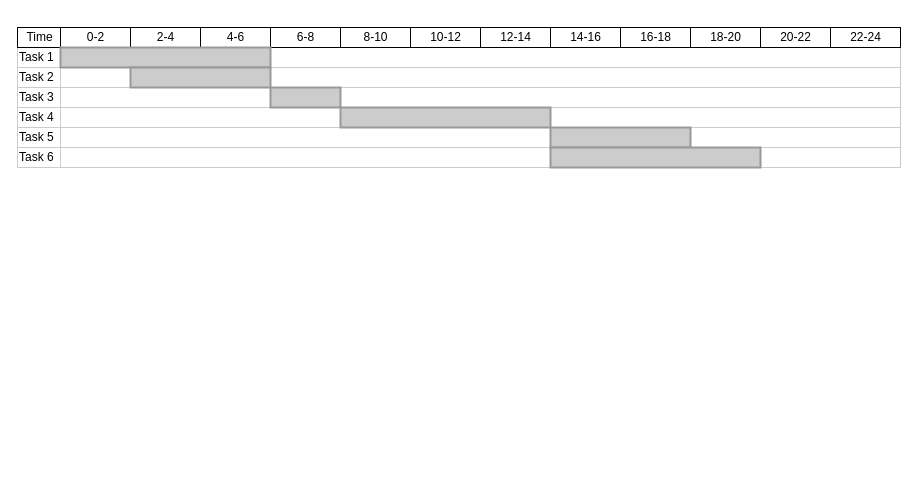
Earlier version of the draw.io diagram 未命名绘图.drawio (ThisisXXZ/catcher-smoke-test). Source tidied: cells renumbered, new cells numbered last; positions are measured from the earlier drawing's top-left corner, leaving out a move shared by most shapes. Both pictures are drawn from the tidied source at 100%, with x=0, y=0 at pixel (17, 27).
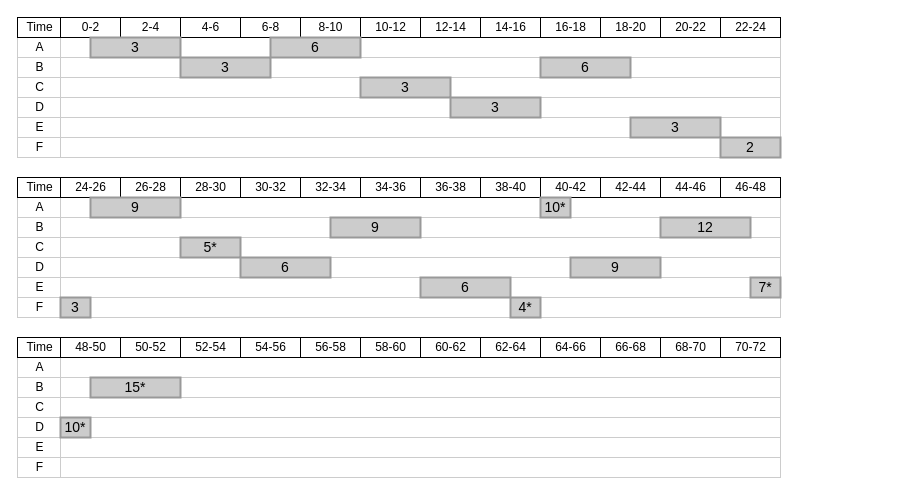
Above is the later version.

Commit message (it also covers changes not shown here):
更新未命名绘图.drawio

What changed in the source:
```diff
@@
-    <mxCell id="2" value="Task 1" style="align=left;strokeColor=#CCCCCC;html=1;" parent="1" vertex="1">
-      <mxGeometry y="20" width="43" height="20" as="geometry" />
+    <mxCell id="2" value="A" style="align=center;strokeColor=#CCCCCC;html=1;" parent="1" vertex="1">
+      <mxGeometry y="10" width="43" height="20" as="geometry" />
     </mxCell>
-    <mxCell id="3" value="Task 2" style="align=left;strokeColor=#CCCCCC;html=1;" parent="1" vertex="1">
-      <mxGeometry y="40" width="43" height="20" as="geometry" />
+    <mxCell id="3" value="B" style="align=center;strokeColor=#CCCCCC;html=1;" parent="1" vertex="1">
+      <mxGeometry y="30" width="43" height="20" as="geometry" />
     </mxCell>
-    <mxCell id="4" value="Task 3" style="align=left;strokeColor=#CCCCCC;html=1;" parent="1" vertex="1">
-      <mxGeometry y="60" width="43" height="20" as="geometry" />
+    <mxCell id="4" value="C" style="align=center;strokeColor=#CCCCCC;html=1;" parent="1" vertex="1">
+      <mxGeometry y="50" width="43" height="20" as="geometry" />
     </mxCell>
-    <mxCell id="5" value="Task 4" style="align=left;strokeColor=#CCCCCC;html=1;" parent="1" vertex="1">
-      <mxGeometry y="80" width="43" height="20" as="geometry" />
+    <mxCell id="5" value="D" style="align=center;strokeColor=#CCCCCC;html=1;" parent="1" vertex="1">
+      <mxGeometry y="70" width="43" height="20" as="geometry" />
     </mxCell>
-    <mxCell id="6" value="Task 5" style="align=left;strokeColor=#CCCCCC;html=1;" parent="1" vertex="1">
-      <mxGeometry y="100" width="43" height="20" as="geometry" />
+    <mxCell id="6" value="E" style="align=center;strokeColor=#CCCCCC;html=1;" parent="1" vertex="1">
+      <mxGeometry y="90" width="43" height="20" as="geometry" />
     </mxCell>
-    <mxCell id="7" value="Task 6" style="align=left;strokeColor=#CCCCCC;html=1;" parent="1" vertex="1">
-      <mxGeometry y="120" width="43" height="20" as="geometry" />
+    <mxCell id="7" value="F" style="align=center;strokeColor=#CCCCCC;html=1;" parent="1" vertex="1">
+      <mxGeometry y="110" width="43" height="20" as="geometry" />
     </mxCell>
     <mxCell id="8" value="Time" style="strokeWidth=1;fontStyle=0;html=1;" parent="1" vertex="1">
-      <mxGeometry width="43" height="20" as="geometry" />
+      <mxGeometry y="-10" width="43" height="20" as="geometry" />
     </mxCell>
     <mxCell id="9" style="align=left;strokeColor=#CCCCCC;html=1;" parent="1" vertex="1">
-      <mxGeometry x="43" y="20" width="840" height="20" as="geometry" />
+      <mxGeometry x="43" y="10" width="720" height="20" as="geometry" />
     </mxCell>
     <mxCell id="10" value="0-2" style="strokeWidth=1;fontStyle=0;html=1;" parent="1" vertex="1">
-      <mxGeometry x="43" width="70" height="20" as="geometry" />
+      <mxGeometry x="43" y="-10" width="60" height="20" as="geometry" />
     </mxCell>
     <mxCell id="11" value="2-4" style="strokeWidth=1;fontStyle=0;html=1;" parent="1" vertex="1">
-      <mxGeometry x="113" width="70" height="20" as="geometry" />
+      <mxGeometry x="103" y="-10" width="60" height="20" as="geometry" />
     </mxCell>
     <mxCell id="12" value="4-6" style="strokeWidth=1;fontStyle=0;html=1;" parent="1" vertex="1">
-      <mxGeometry x="183" width="70" height="20" as="geometry" />
+      <mxGeometry x="163" y="-10" width="60" height="20" as="geometry" />
     </mxCell>
     <mxCell id="13" value="6-8" style="strokeWidth=1;fontStyle=0;html=1;" parent="1" vertex="1">
-      <mxGeometry x="253" width="70" height="20" as="geometry" />
+      <mxGeometry x="223" y="-10" width="60" height="20" as="geometry" />
     </mxCell>
     <mxCell id="14" value="8-10" style="strokeWidth=1;fontStyle=0;html=1;" parent="1" vertex="1">
-      <mxGeometry x="323" width="70" height="20" as="geometry" />
+      <mxGeometry x="283" y="-10" width="60" height="20" as="geometry" />
     </mxCell>
     <mxCell id="15" value="10-12" style="strokeWidth=1;fontStyle=0;html=1;" parent="1" vertex="1">
-      <mxGeometry x="393" width="70" height="20" as="geometry" />
+      <mxGeometry x="343" y="-10" width="60" height="20" as="geometry" />
     </mxCell>
     <mxCell id="16" value="12-14" style="strokeWidth=1;fontStyle=0;html=1;" parent="1" vertex="1">
-      <mxGeometry x="463" width="70" height="20" as="geometry" />
+      <mxGeometry x="403" y="-10" width="60" height="20" as="geometry" />
     </mxCell>
     <mxCell id="17" value="14-16" style="strokeWidth=1;fontStyle=0;html=1;" parent="1" vertex="1">
-      <mxGeometry x="533" width="70" height="20" as="geometry" />
+      <mxGeometry x="463" y="-10" width="60" height="20" as="geometry" />
     </mxCell>
     <mxCell id="18" value="16-18" style="strokeWidth=1;fontStyle=0;html=1;" parent="1" vertex="1">
-      <mxGeometry x="603" width="70" height="20" as="geometry" />
+      <mxGeometry x="523" y="-10" width="60" height="20" as="geometry" />
     </mxCell>
     <mxCell id="19" value="18-20" style="strokeWidth=1;fontStyle=0;html=1;" parent="1" vertex="1">
-      <mxGeometry x="673" width="70" height="20" as="geometry" />
+      <mxGeometry x="583" y="-10" width="60" height="20" as="geometry" />
     </mxCell>
     <mxCell id="20" value="20-22" style="strokeWidth=1;fontStyle=0;html=1;" parent="1" vertex="1">
-      <mxGeometry x="743" width="70" height="20" as="geometry" />
+      <mxGeometry x="643" y="-10" width="60" height="20" as="geometry" />
     </mxCell>
     <mxCell id="21" value="22-24" style="strokeWidth=1;fontStyle=0;html=1;" parent="1" vertex="1">
-      <mxGeometry x="813" width="70" height="20" as="geometry" />
+      <mxGeometry x="703" y="-10" width="60" height="20" as="geometry" />
     </mxCell>
     <mxCell id="22" style="align=left;strokeColor=#CCCCCC;html=1;" parent="1" vertex="1">
-      <mxGeometry x="43" y="40" width="840" height="20" as="geometry" />
+      <mxGeometry x="43" y="30" width="720" height="20" as="geometry" />
     </mxCell>
     <mxCell id="23" style="align=left;strokeColor=#CCCCCC;html=1;" parent="1" vertex="1">
-      <mxGeometry x="43" y="60" width="840" height="20" as="geometry" />
+      <mxGeometry x="43" y="50" width="720" height="20" as="geometry" />
     </mxCell>
     <mxCell id="24" style="align=left;strokeColor=#CCCCCC;html=1;" parent="1" vertex="1">
-      <mxGeometry x="43" y="80" width="840" height="20" as="geometry" />
+      <mxGeometry x="43" y="70" width="720" height="20" as="geometry" />
     </mxCell>
     <mxCell id="25" style="align=left;strokeColor=#CCCCCC;html=1;" parent="1" vertex="1">
-      <mxGeometry x="43" y="100" width="840" height="20" as="geometry" />
+      <mxGeometry x="43" y="90" width="720" height="20" as="geometry" />
     </mxCell>
     <mxCell id="26" style="align=left;strokeColor=#CCCCCC;html=1;" parent="1" vertex="1">
-      <mxGeometry x="43" y="120" width="840" height="20" as="geometry" />
+      <mxGeometry x="43" y="110" width="720" height="20" as="geometry" />
     </mxCell>
-    <mxCell id="27" style="whiteSpace=wrap;html=1;strokeWidth=2;fillColor=#CCCCCC;gradientColor=none;fontSize=14;align=center;strokeColor=#999999;" parent="1" vertex="1">
-      <mxGeometry x="43" y="20" width="210" height="20" as="geometry" />
+    <mxCell id="27" value="3" style="whiteSpace=wrap;html=1;strokeWidth=2;fillColor=#CCCCCC;gradientColor=none;fontSize=14;align=center;strokeColor=#999999;" parent="1" vertex="1">
+      <mxGeometry x="73" y="10" width="90" height="20" as="geometry" />
     </mxCell>
-    <mxCell id="28" style="whiteSpace=wrap;html=1;strokeWidth=2;fillColor=#CCCCCC;gradientColor=none;fontSize=14;align=center;strokeColor=#999999;" parent="1" vertex="1">
-      <mxGeometry x="113" y="40" width="140" height="20" as="geometry" />
+    <mxCell id="28" value="3" style="whiteSpace=wrap;html=1;strokeWidth=2;fillColor=#CCCCCC;gradientColor=none;fontSize=14;align=center;strokeColor=#999999;" parent="1" vertex="1">
+      <mxGeometry x="163" y="30" width="90" height="20" as="geometry" />
     </mxCell>
-    <mxCell id="29" style="whiteSpace=wrap;html=1;strokeWidth=2;fillColor=#CCCCCC;gradientColor=none;fontSize=14;align=center;strokeColor=#999999;" parent="1" vertex="1">
-      <mxGeometry x="253" y="60" width="70" height="20" as="geometry" />
+    <mxCell id="29" value="3" style="whiteSpace=wrap;html=1;strokeWidth=2;fillColor=#CCCCCC;gradientColor=none;fontSize=14;align=center;strokeColor=#999999;" parent="1" vertex="1">
+      <mxGeometry x="343" y="50" width="90" height="20" as="geometry" />
     </mxCell>
-    <mxCell id="30" style="whiteSpace=wrap;html=1;strokeWidth=2;fillColor=#CCCCCC;gradientColor=none;fontSize=14;align=center;strokeColor=#999999;" parent="1" vertex="1">
-      <mxGeometry x="323" y="80" width="210" height="20" as="geometry" />
+    <mxCell id="30" value="3" style="whiteSpace=wrap;html=1;strokeWidth=2;fillColor=#CCCCCC;gradientColor=none;fontSize=14;align=center;strokeColor=#999999;" parent="1" vertex="1">
+      <mxGeometry x="433" y="70" width="90" height="20" as="geometry" />
     </mxCell>
-    <mxCell id="31" style="whiteSpace=wrap;html=1;strokeWidth=2;fillColor=#CCCCCC;gradientColor=none;fontSize=14;align=center;strokeColor=#999999;" parent="1" vertex="1">
-      <mxGeometry x="533" y="100" width="140" height="20" as="geometry" />
+    <mxCell id="31" value="3" style="whiteSpace=wrap;html=1;strokeWidth=2;fillColor=#CCCCCC;gradientColor=none;fontSize=14;align=center;strokeColor=#999999;" parent="1" vertex="1">
+      <mxGeometry x="613" y="90" width="90" height="20" as="geometry" />
     </mxCell>
-    <mxCell id="32" style="whiteSpace=wrap;html=1;strokeWidth=2;fillColor=#CCCCCC;gradientColor=none;fontSize=14;align=center;strokeColor=#999999;" parent="1" vertex="1">
-      <mxGeometry x="533" y="120" width="210" height="20" as="geometry" />
+    <mxCell id="32" value="2" style="whiteSpace=wrap;html=1;strokeWidth=2;fillColor=#CCCCCC;gradientColor=none;fontSize=14;align=center;strokeColor=#999999;" parent="1" vertex="1">
+      <mxGeometry x="703" y="110" width="60" height="20" as="geometry" />
     </mxCell>
+    <mxCell id="33" value="6" style="whiteSpace=wrap;html=1;strokeWidth=2;fillColor=#CCCCCC;gradientColor=none;fontSize=14;align=center;strokeColor=#999999;" parent="1" vertex="1">
+      <mxGeometry x="253" y="10" width="90" height="20" as="geometry" />
+    </mxCell>
+    <mxCell id="34" value="6" style="whiteSpace=wrap;html=1;strokeWidth=2;fillColor=#CCCCCC;gradientColor=none;fontSize=14;align=center;strokeColor=#999999;" parent="1" vertex="1">
+      <mxGeometry x="523" y="30" width="90" height="20" as="geometry" />
+    </mxCell>
+    <mxCell id="35" value="A" style="align=center;strokeColor=#CCCCCC;html=1;" parent="1" vertex="1">
+      <mxGeometry y="170" width="43" height="20" as="geometry" />
+    </mxCell>
+    <mxCell id="36" value="B" style="align=center;strokeColor=#CCCCCC;html=1;" parent="1" vertex="1">
+      <mxGeometry y="190" width="43" height="20" as="geometry" />
+    </mxCell>
+    <mxCell id="37" value="C" style="align=center;strokeColor=#CCCCCC;html=1;" parent="1" vertex="1">
+      <mxGeometry y="210" width="43" height="20" as="geometry" />
+    </mxCell>
+    <mxCell id="38" value="D" style="align=center;strokeColor=#CCCCCC;html=1;" parent="1" vertex="1">
+      <mxGeometry y="230" width="43" height="20" as="geometry" />
+    </mxCell>
+    <mxCell id="39" value="E" style="align=center;strokeColor=#CCCCCC;html=1;" parent="1" vertex="1">
+      <mxGeometry y="250" width="43" height="20" as="geometry" />
+    </mxCell>
+    <mxCell id="40" value="F" style="align=center;strokeColor=#CCCCCC;html=1;" parent="1" vertex="1">
+      <mxGeometry y="270" width="43" height="20" as="geometry" />
+    </mxCell>
+    <mxCell id="41" value="Time" style="strokeWidth=1;fontStyle=0;html=1;" parent="1" vertex="1">
+      <mxGeometry y="150" width="43" height="20" as="geometry" />
+    </mxCell>
+    <mxCell id="42" style="align=left;strokeColor=#CCCCCC;html=1;" parent="1" vertex="1">
+      <mxGeometry x="43" y="170" width="720" height="20" as="geometry" />
+    </mxCell>
+    <mxCell id="43" value="24-26" style="strokeWidth=1;fontStyle=0;html=1;" parent="1" vertex="1">
+      <mxGeometry x="43" y="150" width="60" height="20" as="geometry" />
+    </mxCell>
+    <mxCell id="44" value="26-28" style="strokeWidth=1;fontStyle=0;html=1;" parent="1" vertex="1">
+      <mxGeometry x="103" y="150" width="60" height="20" as="geometry" />
+    </mxCell>
+    <mxCell id="45" value="28-30" style="strokeWidth=1;fontStyle=0;html=1;" parent="1" vertex="1">
+      <mxGeometry x="163" y="150" width="60" height="20" as="geometry" />
+    </mxCell>
+    <mxCell id="46" value="30-32" style="strokeWidth=1;fontStyle=0;html=1;" parent="1" vertex="1">
+      <mxGeometry x="223" y="150" width="60" height="20" as="geometry" />
+    </mxCell>
+    <mxCell id="47" value="32-34" style="strokeWidth=1;fontStyle=0;html=1;" parent="1" vertex="1">
+      <mxGeometry x="283" y="150" width="60" height="20" as="geometry" />
+    </mxCell>
+    <mxCell id="48" value="34-36" style="strokeWidth=1;fontStyle=0;html=1;" parent="1" vertex="1">
+      <mxGeometry x="343" y="150" width="60" height="20" as="geometry" />
+    </mxCell>
+    <mxCell id="49" value="36-38" style="strokeWidth=1;fontStyle=0;html=1;" parent="1" vertex="1">
+      <mxGeometry x="403" y="150" width="60" height="20" as="geometry" />
+    </mxCell>
+    <mxCell id="50" value="38-40" style="strokeWidth=1;fontStyle=0;html=1;" parent="1" vertex="1">
+      <mxGeometry x="463" y="150" width="60" height="20" as="geometry" />
+    </mxCell>
+    <mxCell id="51" value="40-42" style="strokeWidth=1;fontStyle=0;html=1;" parent="1" vertex="1">
+      <mxGeometry x="523" y="150" width="60" height="20" as="geometry" />
+    </mxCell>
+    <mxCell id="52" value="42-44" style="strokeWidth=1;fontStyle=0;html=1;" parent="1" vertex="1">
+      <mxGeometry x="583" y="150" width="60" height="20" as="geometry" />
+    </mxCell>
+    <mxCell id="53" value="44-46" style="strokeWidth=1;fontStyle=0;html=1;" parent="1" vertex="1">
+      <mxGeometry x="643" y="150" width="60" height="20" as="geometry" />
+    </mxCell>
+    <mxCell id="54" value="46-48" style="strokeWidth=1;fontStyle=0;html=1;" parent="1" vertex="1">
+      <mxGeometry x="703" y="150" width="60" height="20" as="geometry" />
+    </mxCell>
+    <mxCell id="55" style="align=left;strokeColor=#CCCCCC;html=1;" parent="1" vertex="1">
+      <mxGeometry x="43" y="190" width="720" height="20" as="geometry" />
+    </mxCell>
+    <mxCell id="56" style="align=left;strokeColor=#CCCCCC;html=1;" parent="1" vertex="1">
+      <mxGeometry x="43" y="210" width="720" height="20" as="geometry" />
+    </mxCell>
+    <mxCell id="57" style="align=left;strokeColor=#CCCCCC;html=1;" parent="1" vertex="1">
+      <mxGeometry x="43" y="230" width="720" height="20" as="geometry" />
+    </mxCell>
+    <mxCell id="58" style="align=left;strokeColor=#CCCCCC;html=1;" parent="1" vertex="1">
+      <mxGeometry x="43" y="250" width="720" height="20" as="geometry" />
+    </mxCell>
+    <mxCell id="59" style="align=left;strokeColor=#CCCCCC;html=1;" parent="1" vertex="1">
+      <mxGeometry x="43" y="270" width="720" height="20" as="geometry" />
+    </mxCell>
+    <mxCell id="60" value="9" style="whiteSpace=wrap;html=1;strokeWidth=2;fillColor=#CCCCCC;gradientColor=none;fontSize=14;align=center;strokeColor=#999999;" parent="1" vertex="1">
+      <mxGeometry x="73" y="170" width="90" height="20" as="geometry" />
+    </mxCell>
+    <mxCell id="61" value="9" style="whiteSpace=wrap;html=1;strokeWidth=2;fillColor=#CCCCCC;gradientColor=none;fontSize=14;align=center;strokeColor=#999999;" parent="1" vertex="1">
+      <mxGeometry x="313" y="190" width="90" height="20" as="geometry" />
+    </mxCell>
+    <mxCell id="62" value="5*" style="whiteSpace=wrap;html=1;strokeWidth=2;fillColor=#CCCCCC;gradientColor=none;fontSize=14;align=center;strokeColor=#999999;" parent="1" vertex="1">
+      <mxGeometry x="163" y="210" width="60" height="20" as="geometry" />
+    </mxCell>
+    <mxCell id="63" value="6" style="whiteSpace=wrap;html=1;strokeWidth=2;fillColor=#CCCCCC;gradientColor=none;fontSize=14;align=center;strokeColor=#999999;" parent="1" vertex="1">
+      <mxGeometry x="223" y="230" width="90" height="20" as="geometry" />
+    </mxCell>
+    <mxCell id="64" value="4*" style="whiteSpace=wrap;html=1;strokeWidth=2;fillColor=#CCCCCC;gradientColor=none;fontSize=14;align=center;strokeColor=#999999;" parent="1" vertex="1">
+      <mxGeometry x="493" y="270" width="30" height="20" as="geometry" />
+    </mxCell>
+    <mxCell id="65" value="3" style="whiteSpace=wrap;html=1;strokeWidth=2;fillColor=#CCCCCC;gradientColor=none;fontSize=14;align=center;strokeColor=#999999;" parent="1" vertex="1">
+      <mxGeometry x="43" y="270" width="30" height="20" as="geometry" />
+    </mxCell>
+    <mxCell id="66" value="6" style="whiteSpace=wrap;html=1;strokeWidth=2;fillColor=#CCCCCC;gradientColor=none;fontSize=14;align=center;strokeColor=#999999;" parent="1" vertex="1">
+      <mxGeometry x="403" y="250" width="90" height="20" as="geometry" />
+    </mxCell>
+    <mxCell id="67" value="10*" style="whiteSpace=wrap;html=1;strokeWidth=2;fillColor=#CCCCCC;gradientColor=none;fontSize=14;align=center;strokeColor=#999999;" parent="1" vertex="1">
+      <mxGeometry x="523" y="170" width="30" height="20" as="geometry" />
+    </mxCell>
+    <mxCell id="68" value="9" style="whiteSpace=wrap;html=1;strokeWidth=2;fillColor=#CCCCCC;gradientColor=none;fontSize=14;align=center;strokeColor=#999999;" parent="1" vertex="1">
+      <mxGeometry x="553" y="230" width="90" height="20" as="geometry" />
+    </mxCell>
+    <mxCell id="69" value="12" style="whiteSpace=wrap;html=1;strokeWidth=2;fillColor=#CCCCCC;gradientColor=none;fontSize=14;align=center;strokeColor=#999999;" parent="1" vertex="1">
+      <mxGeometry x="643" y="190" width="90" height="20" as="geometry" />
+    </mxCell>
+    <mxCell id="70" value="A" style="align=center;strokeColor=#CCCCCC;html=1;" parent="1" vertex="1">
+      <mxGeometry y="330" width="43" height="20" as="geometry" />
+    </mxCell>
+    <mxCell id="71" value="B" style="align=center;strokeColor=#CCCCCC;html=1;" parent="1" vertex="1">
+      <mxGeometry y="350" width="43" height="20" as="geometry" />
+    </mxCell>
+    <mxCell id="72" value="C" style="align=center;strokeColor=#CCCCCC;html=1;" parent="1" vertex="1">
+      <mxGeometry y="370" width="43" height="20" as="geometry" />
+    </mxCell>
+    <mxCell id="73" value="D" style="align=center;strokeColor=#CCCCCC;html=1;" parent="1" vertex="1">
+      <mxGeometry y="390" width="43" height="20" as="geometry" />
+    </mxCell>
+    <mxCell id="74" value="E" style="align=center;strokeColor=#CCCCCC;html=1;" parent="1" vertex="1">
+      <mxGeometry y="410" width="43" height="20" as="geometry" />
+    </mxCell>
+    <mxCell id="75" value="F" style="align=center;strokeColor=#CCCCCC;html=1;" parent="1" vertex="1">
+      <mxGeometry y="430" width="43" height="20" as="geometry" />
+    </mxCell>
+    <mxCell id="76" value="Time" style="strokeWidth=1;fontStyle=0;html=1;" parent="1" vertex="1">
+      <mxGeometry y="310" width="43" height="20" as="geometry" />
+    </mxCell>
+    <mxCell id="77" style="align=left;strokeColor=#CCCCCC;html=1;" parent="1" vertex="1">
+      <mxGeometry x="43" y="330" width="720" height="20" as="geometry" />
+    </mxCell>
+    <mxCell id="78" value="48-50" style="strokeWidth=1;fontStyle=0;html=1;" parent="1" vertex="1">
+      <mxGeometry x="43" y="310" width="60" height="20" as="geometry" />
+    </mxCell>
+    <mxCell id="79" value="50-52" style="strokeWidth=1;fontStyle=0;html=1;" parent="1" vertex="1">
+      <mxGeometry x="103" y="310" width="60" height="20" as="geometry" />
+    </mxCell>
+    <mxCell id="80" value="52-54" style="strokeWidth=1;fontStyle=0;html=1;" parent="1" vertex="1">
+      <mxGeometry x="163" y="310" width="60" height="20" as="geometry" />
+    </mxCell>
+    <mxCell id="81" value="54-56" style="strokeWidth=1;fontStyle=0;html=1;" parent="1" vertex="1">
+      <mxGeometry x="223" y="310" width="60" height="20" as="geometry" />
+    </mxCell>
+    <mxCell id="82" value="56-58" style="strokeWidth=1;fontStyle=0;html=1;" parent="1" vertex="1">
+      <mxGeometry x="283" y="310" width="60" height="20" as="geometry" />
+    </mxCell>
+    <mxCell id="83" value="58-60" style="strokeWidth=1;fontStyle=0;html=1;" parent="1" vertex="1">
+      <mxGeometry x="343" y="310" width="60" height="20" as="geometry" />
+    </mxCell>
+    <mxCell id="84" value="60-62" style="strokeWidth=1;fontStyle=0;html=1;" parent="1" vertex="1">
+      <mxGeometry x="403" y="310" width="60" height="20" as="geometry" />
+    </mxCell>
+    <mxCell id="85" value="62-64" style="strokeWidth=1;fontStyle=0;html=1;" parent="1" vertex="1">
+      <mxGeometry x="463" y="310" width="60" height="20" as="geometry" />
+    </mxCell>
+    <mxCell id="86" value="64-66" style="strokeWidth=1;fontStyle=0;html=1;" parent="1" vertex="1">
+      <mxGeometry x="523" y="310" width="60" height="20" as="geometry" />
+    </mxCell>
+    <mxCell id="87" value="66-68" style="strokeWidth=1;fontStyle=0;html=1;" parent="1" vertex="1">
+      <mxGeometry x="583" y="310" width="60" height="20" as="geometry" />
+    </mxCell>
+    <mxCell id="88" value="68-70" style="strokeWidth=1;fontStyle=0;html=1;" parent="1" vertex="1">
+      <mxGeometry x="643" y="310" width="60" height="20" as="geometry" />
+    </mxCell>
+    <mxCell id="89" value="70-72" style="strokeWidth=1;fontStyle=0;html=1;" parent="1" vertex="1">
+      <mxGeometry x="703" y="310" width="60" height="20" as="geometry" />
+    </mxCell>
+    <mxCell id="90" style="align=left;strokeColor=#CCCCCC;html=1;" parent="1" vertex="1">
+      <mxGeometry x="43" y="350" width="720" height="20" as="geometry" />
+    </mxCell>
+    <mxCell id="91" style="align=left;strokeColor=#CCCCCC;html=1;" parent="1" vertex="1">
+      <mxGeometry x="43" y="370" width="720" height="20" as="geometry" />
+    </mxCell>
+    <mxCell id="92" style="align=left;strokeColor=#CCCCCC;html=1;" parent="1" vertex="1">
+      <mxGeometry x="43" y="390" width="720" height="20" as="geometry" />
+    </mxCell>
+    <mxCell id="93" style="align=left;strokeColor=#CCCCCC;html=1;" parent="1" vertex="1">
+      <mxGeometry x="43" y="410" width="720" height="20" as="geometry" />
+    </mxCell>
+    <mxCell id="94" style="align=left;strokeColor=#CCCCCC;html=1;" parent="1" vertex="1">
+      <mxGeometry x="43" y="430" width="720" height="20" as="geometry" />
+    </mxCell>
+    <mxCell id="95" value="7*" style="whiteSpace=wrap;html=1;strokeWidth=2;fillColor=#CCCCCC;gradientColor=none;fontSize=14;align=center;strokeColor=#999999;" parent="1" vertex="1">
+      <mxGeometry x="733" y="250" width="30" height="20" as="geometry" />
+    </mxCell>
+    <mxCell id="96" value="10*" style="whiteSpace=wrap;html=1;strokeWidth=2;fillColor=#CCCCCC;gradientColor=none;fontSize=14;align=center;strokeColor=#999999;" parent="1" vertex="1">
+      <mxGeometry x="43" y="390" width="30" height="20" as="geometry" />
+    </mxCell>
+    <mxCell id="97" value="15*" style="whiteSpace=wrap;html=1;strokeWidth=2;fillColor=#CCCCCC;gradientColor=none;fontSize=14;align=center;strokeColor=#999999;" parent="1" vertex="1">
+      <mxGeometry x="73" y="350" width="90" height="20" as="geometry" />
+    </mxCell>
```
